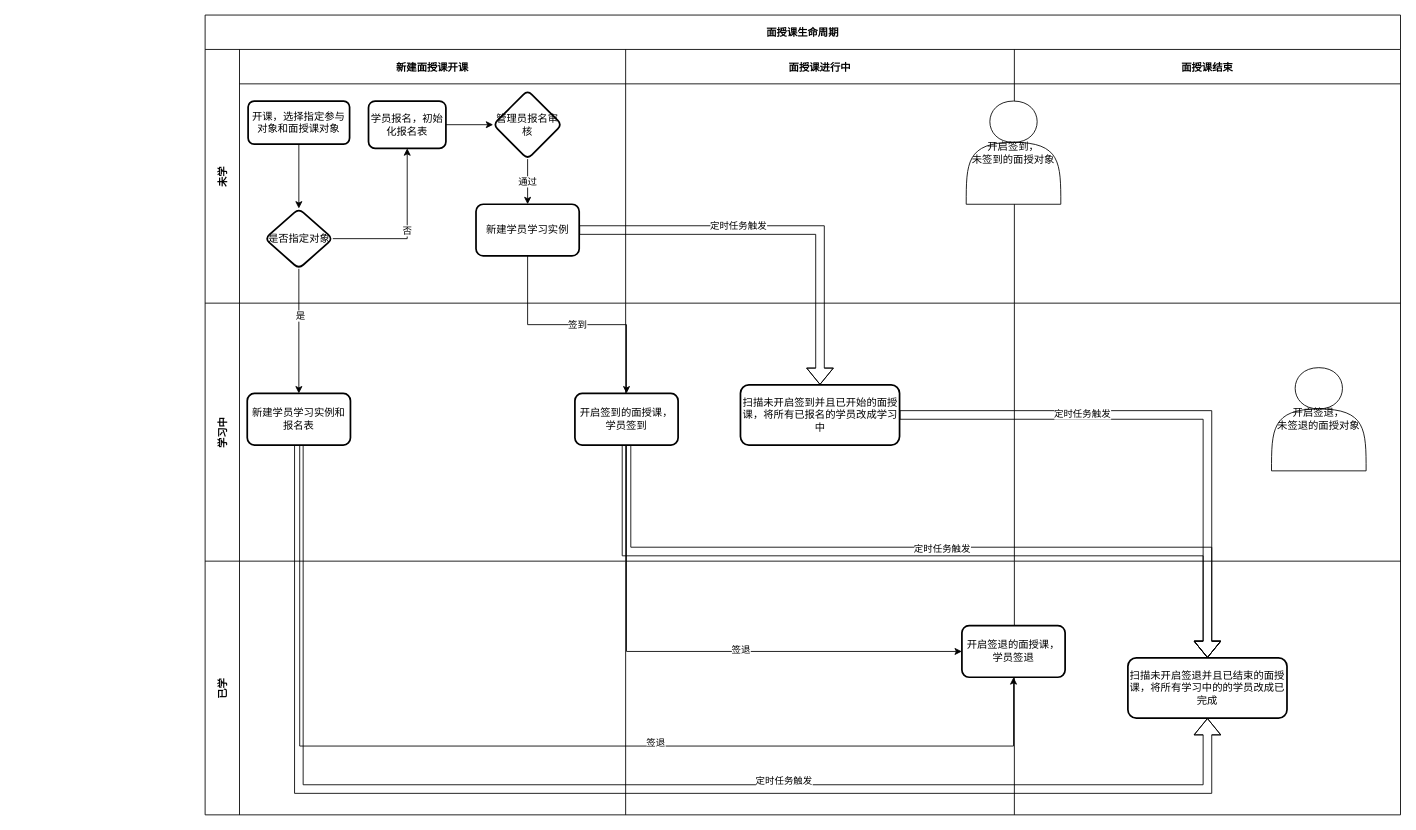
The draw.io diagram 面授课生命周期.drawio in a798967811/flow_pic, before the edit. Source tidied: cells renumbered, new cells numbered last; positions are measured from the earlier drawing's top-left corner, leaving out a move shared by most shapes. Both pictures are drawn from the tidied source at 86%, with x=0, y=0 at pixel (205, 15).
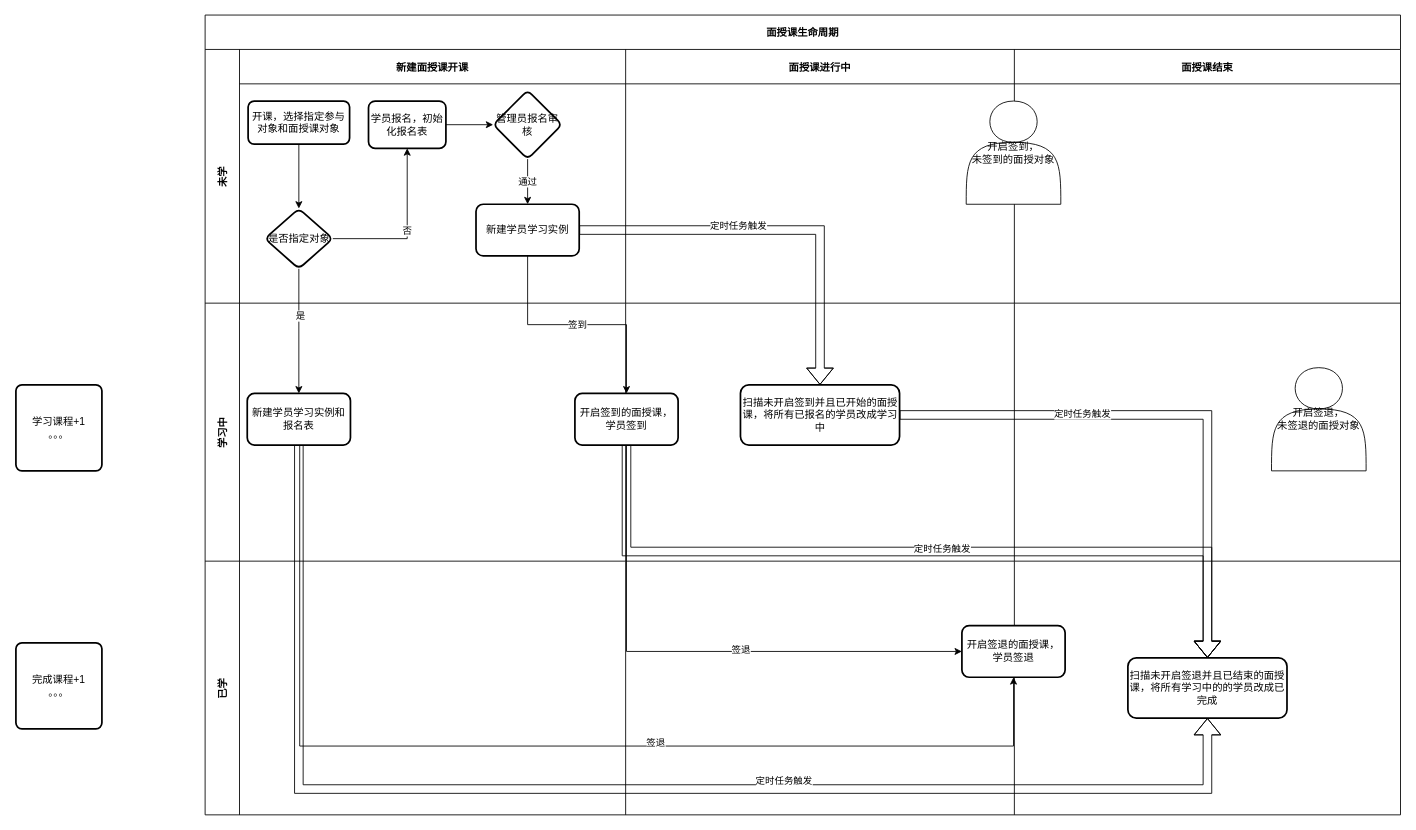
After the change.

Commit message:
更新面授课生命周期.drawio

Diff of the diagram source:
```diff
@@
-<mxGraphModel>
+<mxGraphModel background="#FFFFFF">
@@
+    <mxCell id="47" value="学习课程+1&lt;br&gt;。。。" style="rounded=1;whiteSpace=wrap;html=1;absoluteArcSize=1;arcSize=14;strokeWidth=2;" parent="1" vertex="1">
+      <mxGeometry x="-220" y="430" width="100" height="100" as="geometry" />
+    </mxCell>
+    <mxCell id="48" value="完成课程+1&lt;br&gt;。。。" style="rounded=1;whiteSpace=wrap;html=1;absoluteArcSize=1;arcSize=14;strokeWidth=2;" parent="1" vertex="1">
+      <mxGeometry x="-220" y="730" width="100" height="100" as="geometry" />
+    </mxCell>
```
